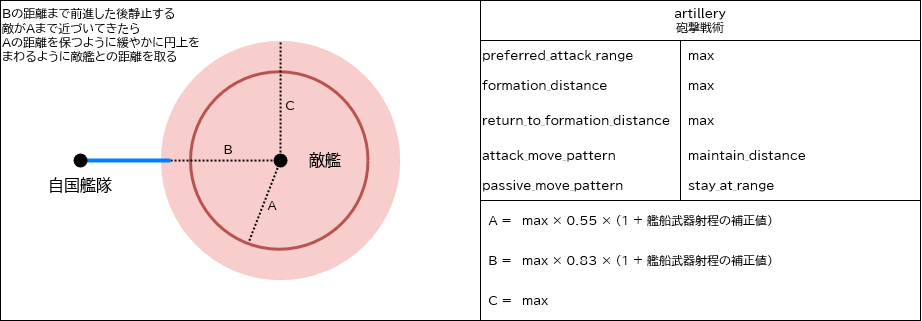
This is staticfile/asciidoc/guides/images/ship_behaviors_9.png from FatalErrorJP/stellaris_infomations, a draw.io export, as it was before one commit. Source tidied: cells renumbered, new cells last; positions are measured from the earlier drawing's top-left corner, leaving out a move shared by most shapes. Source of this version:
```xml
<mxGraphModel>
  <root>
    <mxCell id="0" />
    <mxCell id="1" parent="0" />
    <mxCell id="2" value="&lt;div&gt;Bの距離まで前進した後静止する&lt;/div&gt;&lt;div&gt;敵がAまで近づいてきたら&lt;br&gt;&lt;/div&gt;&lt;div&gt;Aの距離を保つように緩やかに円上を&lt;/div&gt;&lt;div&gt;まわるように敵艦との距離を取る&lt;br&gt;&lt;/div&gt;" style="rounded=0;whiteSpace=wrap;html=1;fillColor=none;align=left;verticalAlign=top;fontFamily=BIZ UDPGothic;fontSource=https%3A%2F%2Ffonts.googleapis.com%2Fcss%3Ffamily%3DBIZ%2BUDPGothic;" parent="1" vertex="1">
      <mxGeometry width="480" height="320" as="geometry" />
    </mxCell>
    <mxCell id="3" style="ellipse;whiteSpace=wrap;html=1;fillColor=#f8cecc;strokeColor=#b85450;align=center;verticalAlign=bottom;fontSize=14;fontFamily=BIZ UDPGothic;fontSource=https%3A%2F%2Ffonts.googleapis.com%2Fcss%3Ffamily%3DBIZ%2BUDPGothic;strokeWidth=0;" parent="1" vertex="1">
      <mxGeometry x="160.6" y="40.6" width="238.8" height="238.8" as="geometry" />
    </mxCell>
    <mxCell id="4" style="ellipse;whiteSpace=wrap;html=1;fillColor=none;strokeColor=#B85450;align=center;verticalAlign=bottom;fontSize=14;fontFamily=BIZ UDPGothic;fontSource=https%3A%2F%2Ffonts.googleapis.com%2Fcss%3Ffamily%3DBIZ%2BUDPGothic;strokeWidth=3;" parent="1" vertex="1">
      <mxGeometry x="190" y="71.2" width="177.5" height="177.5" as="geometry" />
    </mxCell>
    <mxCell id="5" style="shape=waypoint;sketch=0;fillStyle=solid;size=6;points=[];fillColor=none;perimeter=centerPerimeter;snapToPoint=1;strokeWidth=5;fontFamily=BIZ UDPGothic;fontSource=https%3A%2F%2Ffonts.googleapis.com%2Fcss%3Ffamily%3DBIZ%2BUDPGothic;" parent="1" vertex="1">
      <mxGeometry x="270" y="150" width="20" height="20" as="geometry" />
    </mxCell>
    <mxCell id="6" value="敵艦" style="text;html=1;align=center;verticalAlign=middle;whiteSpace=wrap;rounded=0;fontFamily=BIZ UDPGothic;fontSource=https%3A%2F%2Ffonts.googleapis.com%2Fcss%3Ffamily%3DBIZ%2BUDPGothic;fontSize=16;" parent="1" vertex="1">
      <mxGeometry x="290" y="145" width="70" height="30" as="geometry" />
    </mxCell>
    <mxCell id="7" value="自国艦隊" style="text;html=1;align=center;verticalAlign=middle;whiteSpace=wrap;rounded=0;fontFamily=BIZ UDPGothic;fontSource=https%3A%2F%2Ffonts.googleapis.com%2Fcss%3Ffamily%3DBIZ%2BUDPGothic;fontSize=16;" parent="1" vertex="1">
      <mxGeometry x="45" y="170" width="70" height="30" as="geometry" />
    </mxCell>
    <mxCell id="8" value="artillery&#10;砲撃戦術" style="shape=table;startSize=40;rowLines=0;fontStyle=0;strokeColor=default;fontSize=12;fontFamily=BIZ UDPGothic;fontSource=https%3A%2F%2Ffonts.googleapis.com%2Fcss%3Ffamily%3DBIZ%2BUDPGothic;" parent="1" vertex="1">
      <mxGeometry x="480" width="440" height="200" as="geometry" />
    </mxCell>
    <mxCell id="9" style="shape=tableRow;horizontal=0;startSize=0;swimlaneHead=0;swimlaneBody=0;top=0;left=0;bottom=0;right=0;fillColor=none;strokeColor=inherit;fontSize=16;fontFamily=BIZ UDPGothic;fontSource=https%3A%2F%2Ffonts.googleapis.com%2Fcss%3Ffamily%3DBIZ%2BUDPGothic;" parent="8" vertex="1">
      <mxGeometry y="40" width="440" height="30" as="geometry" />
    </mxCell>
    <mxCell id="10" value="preferred_attack_range" style="shape=partialRectangle;html=1;whiteSpace=wrap;fillColor=none;top=0;left=0;bottom=0;right=0;overflow=hidden;strokeColor=inherit;fontSize=12;align=left;fontFamily=BIZ UDPGothic;fontSource=https%3A%2F%2Ffonts.googleapis.com%2Fcss%3Ffamily%3DBIZ%2BUDPGothic;" parent="9" vertex="1">
      <mxGeometry width="200" height="30" as="geometry" />
    </mxCell>
    <mxCell id="11" value="max" style="shape=partialRectangle;html=1;whiteSpace=wrap;fillColor=none;top=0;left=0;bottom=0;right=0;align=left;spacingLeft=6;overflow=hidden;strokeColor=inherit;fontSize=12;fontFamily=BIZ UDPGothic;fontSource=https%3A%2F%2Ffonts.googleapis.com%2Fcss%3Ffamily%3DBIZ%2BUDPGothic;" parent="9" vertex="1">
      <mxGeometry x="200" width="240" height="30" as="geometry" />
    </mxCell>
    <mxCell id="12" style="shape=tableRow;horizontal=0;startSize=0;swimlaneHead=0;swimlaneBody=0;top=0;left=0;bottom=0;right=0;fillColor=none;strokeColor=inherit;fontSize=16;fontFamily=BIZ UDPGothic;fontSource=https%3A%2F%2Ffonts.googleapis.com%2Fcss%3Ffamily%3DBIZ%2BUDPGothic;" parent="8" vertex="1">
      <mxGeometry y="70" width="440" height="30" as="geometry" />
    </mxCell>
    <mxCell id="13" value="formation_distance" style="shape=partialRectangle;html=1;whiteSpace=wrap;fillColor=none;top=0;left=0;bottom=0;right=0;overflow=hidden;strokeColor=inherit;fontSize=12;align=left;fontFamily=BIZ UDPGothic;fontSource=https%3A%2F%2Ffonts.googleapis.com%2Fcss%3Ffamily%3DBIZ%2BUDPGothic;" parent="12" vertex="1">
      <mxGeometry width="200" height="30" as="geometry" />
    </mxCell>
    <mxCell id="14" value="max" style="shape=partialRectangle;html=1;whiteSpace=wrap;fillColor=none;top=0;left=0;bottom=0;right=0;align=left;spacingLeft=6;overflow=hidden;strokeColor=inherit;fontSize=12;fontFamily=BIZ UDPGothic;fontSource=https%3A%2F%2Ffonts.googleapis.com%2Fcss%3Ffamily%3DBIZ%2BUDPGothic;" parent="12" vertex="1">
      <mxGeometry x="200" width="240" height="30" as="geometry" />
    </mxCell>
    <mxCell id="15" style="shape=tableRow;horizontal=0;startSize=0;swimlaneHead=0;swimlaneBody=0;top=0;left=0;bottom=0;right=0;fillColor=none;strokeColor=inherit;fontSize=16;fontFamily=BIZ UDPGothic;fontSource=https%3A%2F%2Ffonts.googleapis.com%2Fcss%3Ffamily%3DBIZ%2BUDPGothic;" parent="8" vertex="1">
      <mxGeometry y="100" width="440" height="40" as="geometry" />
    </mxCell>
    <mxCell id="16" value="return_to_formation_distance" style="shape=partialRectangle;html=1;whiteSpace=wrap;fillColor=none;top=0;left=0;bottom=0;right=0;overflow=hidden;strokeColor=inherit;fontSize=12;align=left;fontFamily=BIZ UDPGothic;fontSource=https%3A%2F%2Ffonts.googleapis.com%2Fcss%3Ffamily%3DBIZ%2BUDPGothic;" parent="15" vertex="1">
      <mxGeometry width="200" height="40" as="geometry" />
    </mxCell>
    <mxCell id="17" value="max" style="shape=partialRectangle;html=1;whiteSpace=wrap;fillColor=none;top=0;left=0;bottom=0;right=0;align=left;spacingLeft=6;overflow=hidden;strokeColor=inherit;fontSize=12;fontFamily=BIZ UDPGothic;fontSource=https%3A%2F%2Ffonts.googleapis.com%2Fcss%3Ffamily%3DBIZ%2BUDPGothic;" parent="15" vertex="1">
      <mxGeometry x="200" width="240" height="40" as="geometry" />
    </mxCell>
    <mxCell id="18" style="shape=tableRow;horizontal=0;startSize=0;swimlaneHead=0;swimlaneBody=0;top=0;left=0;bottom=0;right=0;fillColor=none;strokeColor=inherit;fontSize=16;fontFamily=BIZ UDPGothic;fontSource=https%3A%2F%2Ffonts.googleapis.com%2Fcss%3Ffamily%3DBIZ%2BUDPGothic;" parent="8" vertex="1">
      <mxGeometry y="140" width="440" height="30" as="geometry" />
    </mxCell>
    <mxCell id="19" value="attack_move_pattern" style="shape=partialRectangle;html=1;whiteSpace=wrap;fillColor=none;top=0;left=0;bottom=0;right=0;overflow=hidden;strokeColor=inherit;fontSize=12;align=left;fontFamily=BIZ UDPGothic;fontSource=https%3A%2F%2Ffonts.googleapis.com%2Fcss%3Ffamily%3DBIZ%2BUDPGothic;" parent="18" vertex="1">
      <mxGeometry width="200" height="30" as="geometry" />
    </mxCell>
    <mxCell id="20" value="maintain_distance" style="shape=partialRectangle;html=1;whiteSpace=wrap;fillColor=none;top=0;left=0;bottom=0;right=0;align=left;spacingLeft=6;overflow=hidden;strokeColor=inherit;fontSize=12;fontFamily=BIZ UDPGothic;fontSource=https%3A%2F%2Ffonts.googleapis.com%2Fcss%3Ffamily%3DBIZ%2BUDPGothic;" parent="18" vertex="1">
      <mxGeometry x="200" width="240" height="30" as="geometry" />
    </mxCell>
    <mxCell id="21" style="shape=tableRow;horizontal=0;startSize=0;swimlaneHead=0;swimlaneBody=0;top=0;left=0;bottom=0;right=0;fillColor=none;strokeColor=inherit;fontSize=16;fontFamily=BIZ UDPGothic;fontSource=https%3A%2F%2Ffonts.googleapis.com%2Fcss%3Ffamily%3DBIZ%2BUDPGothic;" parent="8" vertex="1">
      <mxGeometry y="170" width="440" height="30" as="geometry" />
    </mxCell>
    <mxCell id="22" value="passive_move_pattern" style="shape=partialRectangle;html=1;whiteSpace=wrap;fillColor=none;top=0;left=0;bottom=0;right=0;overflow=hidden;strokeColor=inherit;fontSize=12;align=left;fontFamily=BIZ UDPGothic;fontSource=https%3A%2F%2Ffonts.googleapis.com%2Fcss%3Ffamily%3DBIZ%2BUDPGothic;" parent="21" vertex="1">
      <mxGeometry width="200" height="30" as="geometry" />
    </mxCell>
    <mxCell id="23" value="stay_at_range" style="shape=partialRectangle;html=1;whiteSpace=wrap;fillColor=none;top=0;left=0;bottom=0;right=0;align=left;spacingLeft=6;overflow=hidden;strokeColor=inherit;fontSize=12;fontFamily=BIZ UDPGothic;fontSource=https%3A%2F%2Ffonts.googleapis.com%2Fcss%3Ffamily%3DBIZ%2BUDPGothic;" parent="21" vertex="1">
      <mxGeometry x="200" width="240" height="30" as="geometry" />
    </mxCell>
    <mxCell id="24" style="shadow=0;fillColor=none;strokeColor=default;fontFamily=BIZ UDPGothic;fontSource=https%3A%2F%2Ffonts.googleapis.com%2Fcss%3Ffamily%3DBIZ%2BUDPGothic;" parent="1" vertex="1">
      <mxGeometry x="480" y="200" width="440" height="120" as="geometry" />
    </mxCell>
    <mxCell id="25" style="shape=tableRow;horizontal=0;startSize=0;swimlaneHead=0;swimlaneBody=0;top=0;left=0;bottom=0;right=0;fontStyle=0;fillColor=none;fontFamily=BIZ UDPGothic;fontSource=https%3A%2F%2Ffonts.googleapis.com%2Fcss%3Ffamily%3DBIZ%2BUDPGothic;" parent="24" vertex="1">
      <mxGeometry width="440" height="40" as="geometry" />
    </mxCell>
    <mxCell id="26" value="A =" style="strokeColor=none;fillColor=none;align=center;whiteSpace=wrap;html=1;fontFamily=BIZ UDPGothic;fontSource=https%3A%2F%2Ffonts.googleapis.com%2Fcss%3Ffamily%3DBIZ%2BUDPGothic;" parent="25" vertex="1">
      <mxGeometry width="40" height="40" as="geometry" />
    </mxCell>
    <mxCell id="27" value="max × 0.55 × (1 + 艦船武器射程の補正値)" style="strokeColor=none;fillColor=none;align=left;whiteSpace=wrap;html=1;fontFamily=BIZ UDPGothic;fontSource=https%3A%2F%2Ffonts.googleapis.com%2Fcss%3Ffamily%3DBIZ%2BUDPGothic;" parent="25" vertex="1">
      <mxGeometry x="40" width="400" height="40" as="geometry" />
    </mxCell>
    <mxCell id="28" style="shape=tableRow;horizontal=0;startSize=0;swimlaneHead=0;swimlaneBody=0;top=0;left=0;bottom=0;right=0;fontStyle=0;fillColor=none;fontFamily=BIZ UDPGothic;fontSource=https%3A%2F%2Ffonts.googleapis.com%2Fcss%3Ffamily%3DBIZ%2BUDPGothic;" parent="24" vertex="1">
      <mxGeometry y="40" width="440" height="40" as="geometry" />
    </mxCell>
    <mxCell id="29" value="B =" style="strokeColor=none;fillColor=none;align=center;whiteSpace=wrap;html=1;fontFamily=BIZ UDPGothic;fontSource=https%3A%2F%2Ffonts.googleapis.com%2Fcss%3Ffamily%3DBIZ%2BUDPGothic;" parent="28" vertex="1">
      <mxGeometry width="40" height="40" as="geometry" />
    </mxCell>
    <mxCell id="30" value="max × 0.83 × (1 + 艦船武器射程の補正値)" style="strokeColor=none;fillColor=none;align=left;whiteSpace=wrap;html=1;fontFamily=BIZ UDPGothic;fontSource=https%3A%2F%2Ffonts.googleapis.com%2Fcss%3Ffamily%3DBIZ%2BUDPGothic;" parent="28" vertex="1">
      <mxGeometry x="40" width="400" height="40" as="geometry" />
    </mxCell>
    <mxCell id="31" style="shape=tableRow;horizontal=0;startSize=0;swimlaneHead=0;swimlaneBody=0;top=0;left=0;bottom=0;right=0;fontStyle=0;fillColor=none;fontFamily=BIZ UDPGothic;fontSource=https%3A%2F%2Ffonts.googleapis.com%2Fcss%3Ffamily%3DBIZ%2BUDPGothic;" parent="24" vertex="1">
      <mxGeometry y="80" width="440" height="40" as="geometry" />
    </mxCell>
    <mxCell id="32" value="C =" style="strokeColor=none;fillColor=none;align=center;whiteSpace=wrap;html=1;fontFamily=BIZ UDPGothic;fontSource=https%3A%2F%2Ffonts.googleapis.com%2Fcss%3Ffamily%3DBIZ%2BUDPGothic;" parent="31" vertex="1">
      <mxGeometry width="40" height="40" as="geometry" />
    </mxCell>
    <mxCell id="33" value="max" style="strokeColor=none;fillColor=none;align=left;whiteSpace=wrap;html=1;fontFamily=BIZ UDPGothic;fontSource=https%3A%2F%2Ffonts.googleapis.com%2Fcss%3Ffamily%3DBIZ%2BUDPGothic;" parent="31" vertex="1">
      <mxGeometry x="40" width="400" height="40" as="geometry" />
    </mxCell>
    <mxCell id="34" style="endArrow=none;dashed=1;html=1;dashPattern=1 1;strokeWidth=2;rounded=0;fontFamily=BIZ UDPGothic;fontSource=https%3A%2F%2Ffonts.googleapis.com%2Fcss%3Ffamily%3DBIZ%2BUDPGothic;exitX=0.326;exitY=0.784;exitDx=0;exitDy=0;exitPerimeter=0;entryX=0.328;entryY=0.959;entryDx=0;entryDy=0;entryPerimeter=0;" parent="1" edge="1" source="5" target="4">
      <mxGeometry relative="1" as="geometry" />
    </mxCell>
    <mxCell id="35" value="A" style="text;html=1;align=center;verticalAlign=middle;whiteSpace=wrap;rounded=0;fontFamily=BIZ UDPGothic;fontSource=https%3A%2F%2Ffonts.googleapis.com%2Fcss%3Ffamily%3DBIZ%2BUDPGothic;" parent="1" vertex="1">
      <mxGeometry x="241.5" y="190" width="60" height="30" as="geometry" />
    </mxCell>
    <mxCell id="36" style="endArrow=none;dashed=1;html=1;dashPattern=1 1;strokeWidth=2;rounded=0;fontFamily=BIZ UDPGothic;fontSource=https%3A%2F%2Ffonts.googleapis.com%2Fcss%3Ffamily%3DBIZ%2BUDPGothic;exitX=0.36;exitY=0.922;exitDx=0;exitDy=0;exitPerimeter=0;entryX=0.039;entryY=0.5;entryDx=0;entryDy=0;entryPerimeter=0;" parent="1" edge="1" source="5" target="3">
      <mxGeometry relative="1" as="geometry" />
    </mxCell>
    <mxCell id="37" value="B" style="text;html=1;align=center;verticalAlign=middle;whiteSpace=wrap;rounded=0;fontFamily=BIZ UDPGothic;fontSource=https%3A%2F%2Ffonts.googleapis.com%2Fcss%3Ffamily%3DBIZ%2BUDPGothic;" parent="1" vertex="1">
      <mxGeometry x="198" y="134" width="60" height="30" as="geometry" />
    </mxCell>
    <mxCell id="38" style="endArrow=none;dashed=1;html=1;dashPattern=1 1;strokeWidth=2;rounded=0;entryX=0.5;entryY=0;entryDx=0;entryDy=0;fontFamily=BIZ UDPGothic;fontSource=https%3A%2F%2Ffonts.googleapis.com%2Fcss%3Ffamily%3DBIZ%2BUDPGothic;" parent="1" edge="1" source="5" target="3">
      <mxGeometry relative="1" as="geometry" />
    </mxCell>
    <mxCell id="39" value="C" style="text;html=1;align=center;verticalAlign=middle;whiteSpace=wrap;rounded=0;fontFamily=BIZ UDPGothic;fontSource=https%3A%2F%2Ffonts.googleapis.com%2Fcss%3Ffamily%3DBIZ%2BUDPGothic;" parent="1" vertex="1">
      <mxGeometry x="260" y="90" width="60" height="30" as="geometry" />
    </mxCell>
    <mxCell id="40" style="endArrow=none;html=1;rounded=0;fillColor=#dae8fc;strokeColor=#0080ff;strokeWidth=4;fontFamily=BIZ UDPGothic;fontSource=https%3A%2F%2Ffonts.googleapis.com%2Fcss%3Ffamily%3DBIZ%2BUDPGothic;exitX=0.705;exitY=0.543;exitDx=0;exitDy=0;exitPerimeter=0;" parent="1" edge="1" source="41">
      <mxGeometry relative="1" as="geometry">
        <mxPoint x="170" y="160" as="targetPoint" />
      </mxGeometry>
    </mxCell>
    <mxCell id="41" style="shape=waypoint;sketch=0;fillStyle=solid;size=6;points=[];fillColor=none;perimeter=centerPerimeter;snapToPoint=1;strokeWidth=5;fontFamily=BIZ UDPGothic;fontSource=https%3A%2F%2Ffonts.googleapis.com%2Fcss%3Ffamily%3DBIZ%2BUDPGothic;" parent="1" vertex="1">
      <mxGeometry x="70" y="150" width="20" height="20" as="geometry" />
    </mxCell>
  </root>
</mxGraphModel>
```
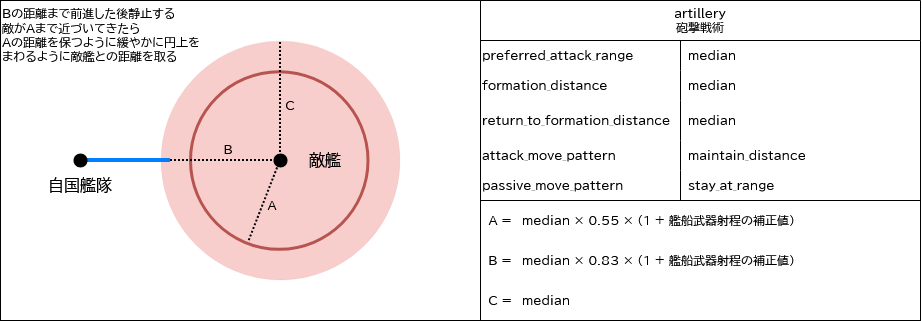
After the change.

Change to the diagram source:
```diff
@@ -29,7 +29,7 @@
     <mxCell id="10" value="preferred_attack_range" style="shape=partialRectangle;html=1;whiteSpace=wrap;fillColor=none;top=0;left=0;bottom=0;right=0;overflow=hidden;strokeColor=inherit;fontSize=12;align=left;fontFamily=BIZ UDPGothic;fontSource=https%3A%2F%2Ffonts.googleapis.com%2Fcss%3Ffamily%3DBIZ%2BUDPGothic;" parent="9" vertex="1">
       <mxGeometry width="200" height="30" as="geometry" />
     </mxCell>
-    <mxCell id="11" value="max" style="shape=partialRectangle;html=1;whiteSpace=wrap;fillColor=none;top=0;left=0;bottom=0;right=0;align=left;spacingLeft=6;overflow=hidden;strokeColor=inherit;fontSize=12;fontFamily=BIZ UDPGothic;fontSource=https%3A%2F%2Ffonts.googleapis.com%2Fcss%3Ffamily%3DBIZ%2BUDPGothic;" parent="9" vertex="1">
+    <mxCell id="11" value="median" style="shape=partialRectangle;html=1;whiteSpace=wrap;fillColor=none;top=0;left=0;bottom=0;right=0;align=left;spacingLeft=6;overflow=hidden;strokeColor=inherit;fontSize=12;fontFamily=BIZ UDPGothic;fontSource=https%3A%2F%2Ffonts.googleapis.com%2Fcss%3Ffamily%3DBIZ%2BUDPGothic;" parent="9" vertex="1">
       <mxGeometry x="200" width="240" height="30" as="geometry" />
     </mxCell>
     <mxCell id="12" style="shape=tableRow;horizontal=0;startSize=0;swimlaneHead=0;swimlaneBody=0;top=0;left=0;bottom=0;right=0;fillColor=none;strokeColor=inherit;fontSize=16;fontFamily=BIZ UDPGothic;fontSource=https%3A%2F%2Ffonts.googleapis.com%2Fcss%3Ffamily%3DBIZ%2BUDPGothic;" parent="8" vertex="1">
@@ -38,7 +38,7 @@
     <mxCell id="13" value="formation_distance" style="shape=partialRectangle;html=1;whiteSpace=wrap;fillColor=none;top=0;left=0;bottom=0;right=0;overflow=hidden;strokeColor=inherit;fontSize=12;align=left;fontFamily=BIZ UDPGothic;fontSource=https%3A%2F%2Ffonts.googleapis.com%2Fcss%3Ffamily%3DBIZ%2BUDPGothic;" parent="12" vertex="1">
       <mxGeometry width="200" height="30" as="geometry" />
     </mxCell>
-    <mxCell id="14" value="max" style="shape=partialRectangle;html=1;whiteSpace=wrap;fillColor=none;top=0;left=0;bottom=0;right=0;align=left;spacingLeft=6;overflow=hidden;strokeColor=inherit;fontSize=12;fontFamily=BIZ UDPGothic;fontSource=https%3A%2F%2Ffonts.googleapis.com%2Fcss%3Ffamily%3DBIZ%2BUDPGothic;" parent="12" vertex="1">
+    <mxCell id="14" value="median" style="shape=partialRectangle;html=1;whiteSpace=wrap;fillColor=none;top=0;left=0;bottom=0;right=0;align=left;spacingLeft=6;overflow=hidden;strokeColor=inherit;fontSize=12;fontFamily=BIZ UDPGothic;fontSource=https%3A%2F%2Ffonts.googleapis.com%2Fcss%3Ffamily%3DBIZ%2BUDPGothic;" parent="12" vertex="1">
       <mxGeometry x="200" width="240" height="30" as="geometry" />
     </mxCell>
     <mxCell id="15" style="shape=tableRow;horizontal=0;startSize=0;swimlaneHead=0;swimlaneBody=0;top=0;left=0;bottom=0;right=0;fillColor=none;strokeColor=inherit;fontSize=16;fontFamily=BIZ UDPGothic;fontSource=https%3A%2F%2Ffonts.googleapis.com%2Fcss%3Ffamily%3DBIZ%2BUDPGothic;" parent="8" vertex="1">
@@ -47,7 +47,7 @@
     <mxCell id="16" value="return_to_formation_distance" style="shape=partialRectangle;html=1;whiteSpace=wrap;fillColor=none;top=0;left=0;bottom=0;right=0;overflow=hidden;strokeColor=inherit;fontSize=12;align=left;fontFamily=BIZ UDPGothic;fontSource=https%3A%2F%2Ffonts.googleapis.com%2Fcss%3Ffamily%3DBIZ%2BUDPGothic;" parent="15" vertex="1">
       <mxGeometry width="200" height="40" as="geometry" />
     </mxCell>
-    <mxCell id="17" value="max" style="shape=partialRectangle;html=1;whiteSpace=wrap;fillColor=none;top=0;left=0;bottom=0;right=0;align=left;spacingLeft=6;overflow=hidden;strokeColor=inherit;fontSize=12;fontFamily=BIZ UDPGothic;fontSource=https%3A%2F%2Ffonts.googleapis.com%2Fcss%3Ffamily%3DBIZ%2BUDPGothic;" parent="15" vertex="1">
+    <mxCell id="17" value="median" style="shape=partialRectangle;html=1;whiteSpace=wrap;fillColor=none;top=0;left=0;bottom=0;right=0;align=left;spacingLeft=6;overflow=hidden;strokeColor=inherit;fontSize=12;fontFamily=BIZ UDPGothic;fontSource=https%3A%2F%2Ffonts.googleapis.com%2Fcss%3Ffamily%3DBIZ%2BUDPGothic;" parent="15" vertex="1">
       <mxGeometry x="200" width="240" height="40" as="geometry" />
     </mxCell>
     <mxCell id="18" style="shape=tableRow;horizontal=0;startSize=0;swimlaneHead=0;swimlaneBody=0;top=0;left=0;bottom=0;right=0;fillColor=none;strokeColor=inherit;fontSize=16;fontFamily=BIZ UDPGothic;fontSource=https%3A%2F%2Ffonts.googleapis.com%2Fcss%3Ffamily%3DBIZ%2BUDPGothic;" parent="8" vertex="1">
@@ -77,7 +77,7 @@
     <mxCell id="26" value="A =" style="strokeColor=none;fillColor=none;align=center;whiteSpace=wrap;html=1;fontFamily=BIZ UDPGothic;fontSource=https%3A%2F%2Ffonts.googleapis.com%2Fcss%3Ffamily%3DBIZ%2BUDPGothic;" parent="25" vertex="1">
       <mxGeometry width="40" height="40" as="geometry" />
     </mxCell>
-    <mxCell id="27" value="max × 0.55 × (1 + 艦船武器射程の補正値)" style="strokeColor=none;fillColor=none;align=left;whiteSpace=wrap;html=1;fontFamily=BIZ UDPGothic;fontSource=https%3A%2F%2Ffonts.googleapis.com%2Fcss%3Ffamily%3DBIZ%2BUDPGothic;" parent="25" vertex="1">
+    <mxCell id="27" value="&lt;div&gt;median × 0.55 × (1 + 艦船武器射程の補正値)&lt;/div&gt;" style="strokeColor=none;fillColor=none;align=left;whiteSpace=wrap;html=1;fontFamily=BIZ UDPGothic;fontSource=https%3A%2F%2Ffonts.googleapis.com%2Fcss%3Ffamily%3DBIZ%2BUDPGothic;" parent="25" vertex="1">
       <mxGeometry x="40" width="400" height="40" as="geometry" />
     </mxCell>
     <mxCell id="28" style="shape=tableRow;horizontal=0;startSize=0;swimlaneHead=0;swimlaneBody=0;top=0;left=0;bottom=0;right=0;fontStyle=0;fillColor=none;fontFamily=BIZ UDPGothic;fontSource=https%3A%2F%2Ffonts.googleapis.com%2Fcss%3Ffamily%3DBIZ%2BUDPGothic;" parent="24" vertex="1">
@@ -86,7 +86,7 @@
     <mxCell id="29" value="B =" style="strokeColor=none;fillColor=none;align=center;whiteSpace=wrap;html=1;fontFamily=BIZ UDPGothic;fontSource=https%3A%2F%2Ffonts.googleapis.com%2Fcss%3Ffamily%3DBIZ%2BUDPGothic;" parent="28" vertex="1">
       <mxGeometry width="40" height="40" as="geometry" />
     </mxCell>
-    <mxCell id="30" value="max × 0.83 × (1 + 艦船武器射程の補正値)" style="strokeColor=none;fillColor=none;align=left;whiteSpace=wrap;html=1;fontFamily=BIZ UDPGothic;fontSource=https%3A%2F%2Ffonts.googleapis.com%2Fcss%3Ffamily%3DBIZ%2BUDPGothic;" parent="28" vertex="1">
+    <mxCell id="30" value="median × 0.83 × (1 + 艦船武器射程の補正値)" style="strokeColor=none;fillColor=none;align=left;whiteSpace=wrap;html=1;fontFamily=BIZ UDPGothic;fontSource=https%3A%2F%2Ffonts.googleapis.com%2Fcss%3Ffamily%3DBIZ%2BUDPGothic;" parent="28" vertex="1">
       <mxGeometry x="40" width="400" height="40" as="geometry" />
     </mxCell>
     <mxCell id="31" style="shape=tableRow;horizontal=0;startSize=0;swimlaneHead=0;swimlaneBody=0;top=0;left=0;bottom=0;right=0;fontStyle=0;fillColor=none;fontFamily=BIZ UDPGothic;fontSource=https%3A%2F%2Ffonts.googleapis.com%2Fcss%3Ffamily%3DBIZ%2BUDPGothic;" parent="24" vertex="1">
@@ -95,7 +95,7 @@
     <mxCell id="32" value="C =" style="strokeColor=none;fillColor=none;align=center;whiteSpace=wrap;html=1;fontFamily=BIZ UDPGothic;fontSource=https%3A%2F%2Ffonts.googleapis.com%2Fcss%3Ffamily%3DBIZ%2BUDPGothic;" parent="31" vertex="1">
       <mxGeometry width="40" height="40" as="geometry" />
     </mxCell>
-    <mxCell id="33" value="max" style="strokeColor=none;fillColor=none;align=left;whiteSpace=wrap;html=1;fontFamily=BIZ UDPGothic;fontSource=https%3A%2F%2Ffonts.googleapis.com%2Fcss%3Ffamily%3DBIZ%2BUDPGothic;" parent="31" vertex="1">
+    <mxCell id="33" value="median" style="strokeColor=none;fillColor=none;align=left;whiteSpace=wrap;html=1;fontFamily=BIZ UDPGothic;fontSource=https%3A%2F%2Ffonts.googleapis.com%2Fcss%3Ffamily%3DBIZ%2BUDPGothic;" parent="31" vertex="1">
       <mxGeometry x="40" width="400" height="40" as="geometry" />
     </mxCell>
     <mxCell id="34" style="endArrow=none;dashed=1;html=1;dashPattern=1 1;strokeWidth=2;rounded=0;fontFamily=BIZ UDPGothic;fontSource=https%3A%2F%2Ffonts.googleapis.com%2Fcss%3Ffamily%3DBIZ%2BUDPGothic;exitX=0.326;exitY=0.784;exitDx=0;exitDy=0;exitPerimeter=0;entryX=0.328;entryY=0.959;entryDx=0;entryDy=0;entryPerimeter=0;" parent="1" edge="1" source="5" target="4">
```
